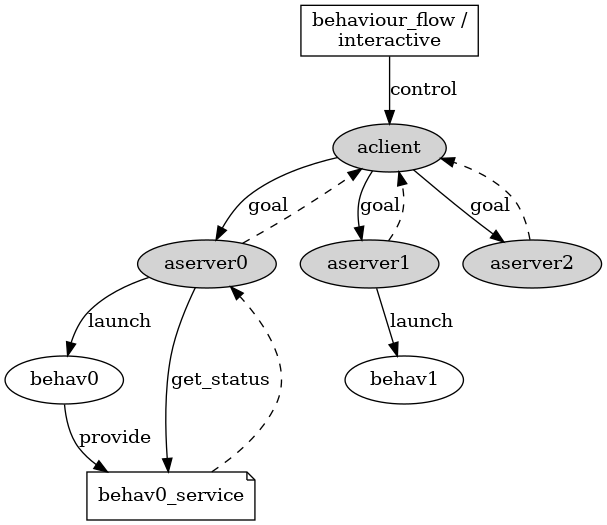
Before: doc/BehaviourAPI/BehaviourAPI_doku.png, a diagram exported from Graphviz (ovgu-FINken/DrivingSwarm). Its source is kept beside it as doc/BehaviourAPI/BehaviourAPI_doku.gv. Source of this version:
```dot
digraph api
{


inter_mode [label="behaviour_flow /\ninteractive", shape=box];
inter_mode -> aclient[label="control"];

aclient [style=filled];
aserver0 [style=filled];
aserver1 [style=filled];
aserver2 [style=filled];


aclient -> {aserver0, aserver1, aserver2}[label="goal"];
{aserver0, aserver1, aserver2} -> aclient[style=dashed];

aserver0 -> behav0[label="launch"];
aserver1 -> behav1[label="launch"];

behav0_service [shape=note];
behav0 -> behav0_service[label="provide"];
behav0_service -> aserver0[style=dashed];
aserver0 -> behav0_service[label="get_status"];

}
```
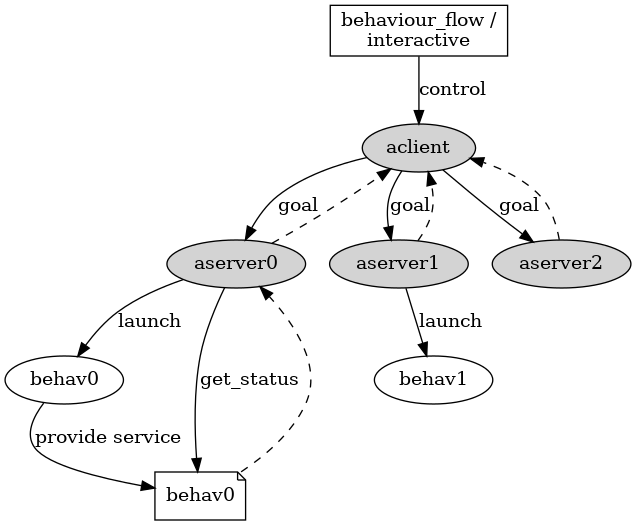
Above is the later version.

What changed in the source:
```diff
@@ -17,8 +17,8 @@
 aserver0 -> behav0[label="launch"];
 aserver1 -> behav1[label="launch"];
 
-behav0_service [shape=note];
-behav0 -> behav0_service[label="provide"];
+behav0_service [label="behav0", shape=note];
+behav0 -> behav0_service[label="provide service"];
 behav0_service -> aserver0[style=dashed];
 aserver0 -> behav0_service[label="get_status"];
 
```
